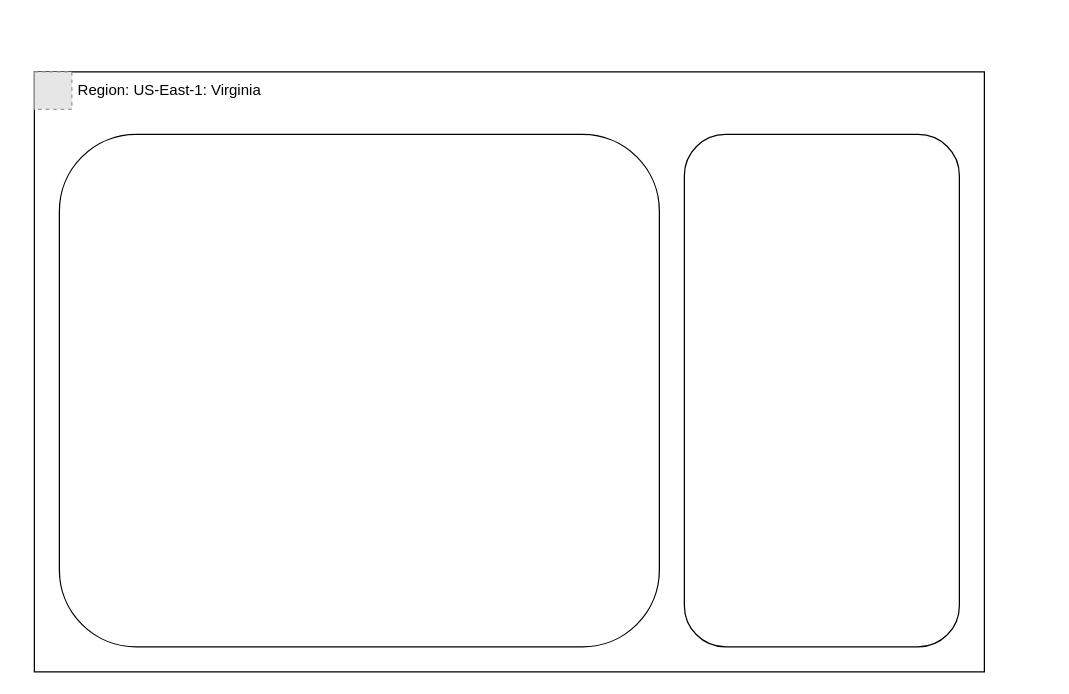
This is ArchitectureDiagram.drawio from JunFengari/AWS_Architecture_WIP, a draw.io file, before an edit. Source tidied: cells renumbered, new cells numbered last; positions are measured from the earlier drawing's top-left corner, leaving out a move shared by most shapes. Both pictures are drawn from the tidied source at 125%, with x=0, y=0 at pixel (34, 71). Pictures stored in the file or linked from it are replaced by grey dashed boxes.
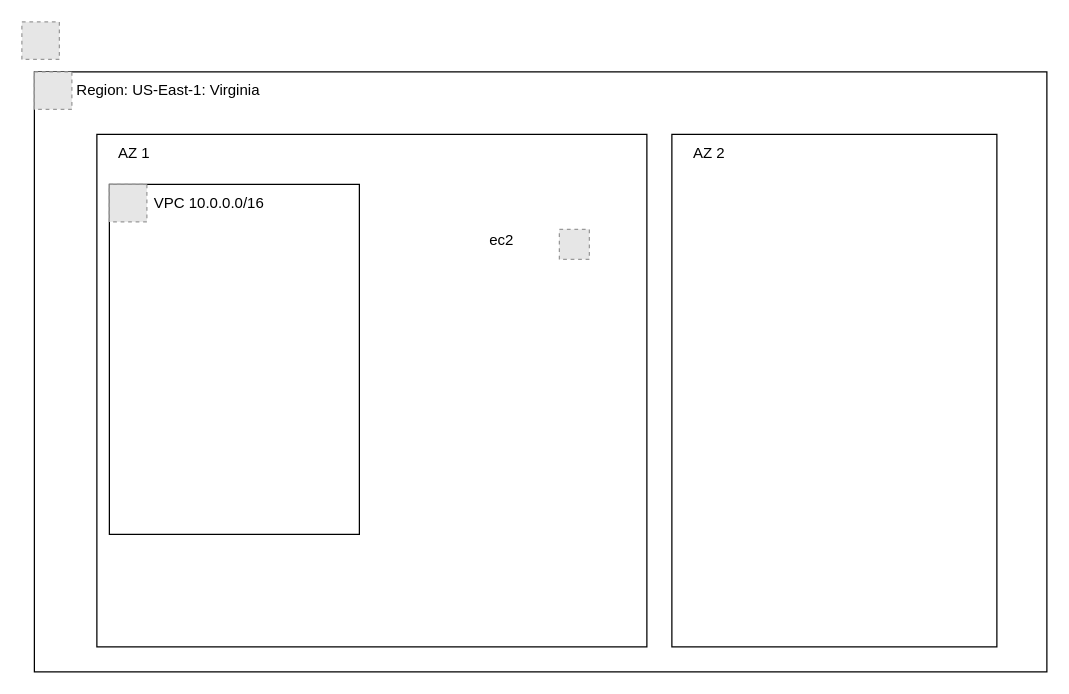
Above is the later version.

What changed in the source:
```diff
@@
 <mxGraphModel>
   <root>
     <mxCell id="0" />
     <mxCell id="1" parent="0" />
     <mxCell id="2" style="rounded=0;whiteSpace=wrap;html=1;fillColor=default;" parent="1" vertex="1">
-      <mxGeometry width="760" height="480" as="geometry" />
+      <mxGeometry width="810" height="480" as="geometry" />
     </mxCell>
     <mxCell id="3" value="Region: US-East-1: Virginia&amp;nbsp;" style="text;html=1;whiteSpace=wrap;strokeColor=none;fillColor=none;align=center;verticalAlign=middle;rounded=0;" parent="1" vertex="1">
-      <mxGeometry x="30" width="160" height="30" as="geometry" />
+      <mxGeometry x="29" width="160" height="30" as="geometry" />
     </mxCell>
-    <mxCell id="4" style="rounded=1;whiteSpace=wrap;html=1;" parent="1" vertex="1">
-      <mxGeometry x="20" y="50" width="480" height="410" as="geometry" />
-    </mxCell>
-    <mxCell id="5" style="rounded=1;whiteSpace=wrap;html=1;" parent="1" vertex="1">
-      <mxGeometry x="520" y="50" width="220" height="410" as="geometry" />
-    </mxCell>
     <mxCell id="6" style="fillColor=#E6E6E6;strokeColor=#999999;dashed=1;verticalLabelPosition=bottom;labelBackgroundColor=default;verticalAlign=top;" parent="1" vertex="1">
       <mxGeometry width="30" height="30" as="geometry" />
     </mxCell>
+    <mxCell id="7" style="rounded=0;whiteSpace=wrap;html=1;" parent="1" vertex="1">
+      <mxGeometry x="50" y="50" width="440" height="410" as="geometry" />
+    </mxCell>
+    <mxCell id="8" style="rounded=0;whiteSpace=wrap;html=1;" parent="1" vertex="1">
+      <mxGeometry x="510" y="50" width="260" height="410" as="geometry" />
+    </mxCell>
+    <mxCell id="9" style="fillColor=#E6E6E6;strokeColor=#999999;dashed=1;verticalLabelPosition=bottom;labelBackgroundColor=default;verticalAlign=top;" parent="1" vertex="1">
+      <mxGeometry x="-10" y="-40" width="30" height="30" as="geometry" />
+    </mxCell>
+    <mxCell id="10" style="rounded=0;whiteSpace=wrap;html=1;" parent="1" vertex="1">
+      <mxGeometry x="60" y="90" width="200" height="280" as="geometry" />
+    </mxCell>
+    <mxCell id="11" style="fillColor=#E6E6E6;strokeColor=#999999;dashed=1;verticalLabelPosition=bottom;labelBackgroundColor=default;verticalAlign=top;" parent="1" vertex="1">
+      <mxGeometry x="60" y="90" width="30" height="30" as="geometry" />
+    </mxCell>
+    <mxCell id="12" value="AZ 1" style="text;html=1;whiteSpace=wrap;strokeColor=none;fillColor=none;align=center;verticalAlign=middle;rounded=0;" parent="1" vertex="1">
+      <mxGeometry x="50" y="50" width="60" height="30" as="geometry" />
+    </mxCell>
+    <mxCell id="13" value="AZ 2" style="text;html=1;whiteSpace=wrap;strokeColor=none;fillColor=none;align=center;verticalAlign=middle;rounded=0;" parent="1" vertex="1">
+      <mxGeometry x="510" y="50" width="60" height="30" as="geometry" />
+    </mxCell>
+    <mxCell id="14" value="VPC 10.0.0.0/16" style="text;html=1;whiteSpace=wrap;strokeColor=none;fillColor=none;align=center;verticalAlign=middle;rounded=0;" parent="1" vertex="1">
+      <mxGeometry x="80" y="90" width="120" height="30" as="geometry" />
+    </mxCell>
+    <mxCell id="15" style="fillColor=#E6E6E6;strokeColor=#999999;dashed=1;verticalLabelPosition=bottom;labelBackgroundColor=default;verticalAlign=top;" parent="1" vertex="1">
+      <mxGeometry x="420" y="126" width="24" height="24" as="geometry" />
+    </mxCell>
+    <mxCell id="16" value="ec2" style="text;html=1;whiteSpace=wrap;strokeColor=none;fillColor=none;align=center;verticalAlign=middle;rounded=0;" parent="1" vertex="1">
+      <mxGeometry x="344" y="120" width="60" height="30" as="geometry" />
+    </mxCell>
   </root>
 </mxGraphModel>
```
